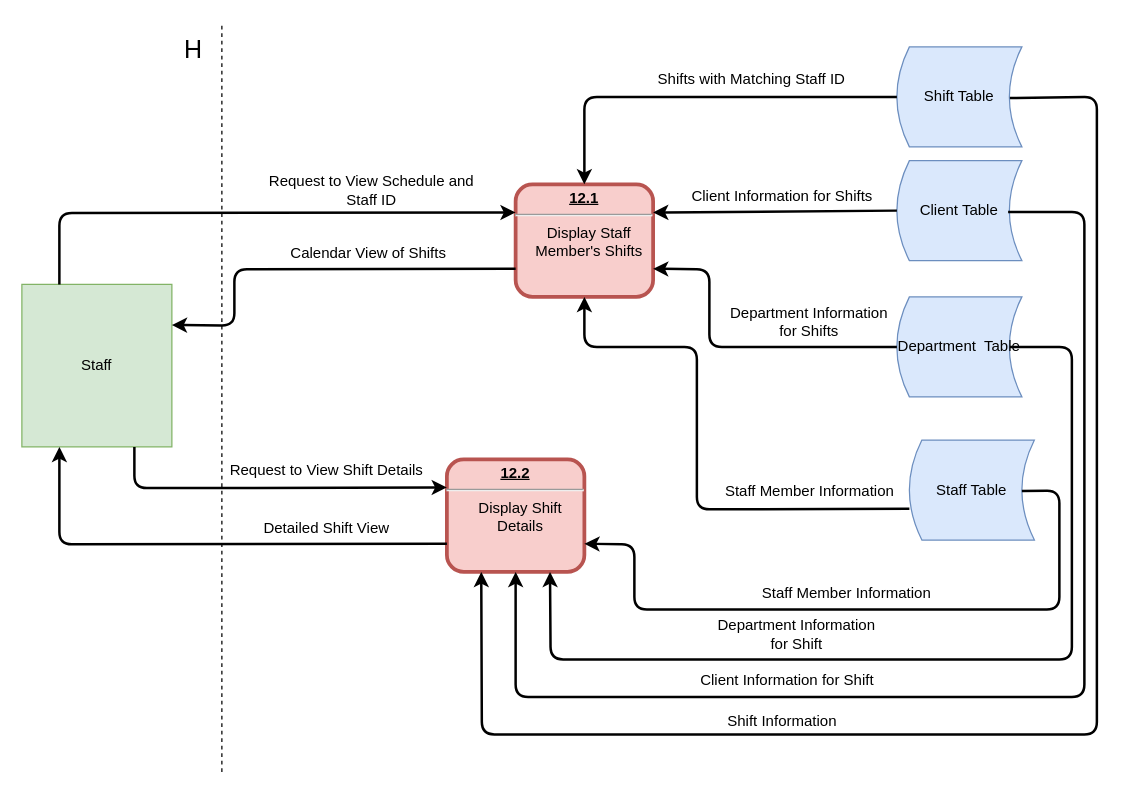
Earlier version of the draw.io diagram page "12: View Shifts" (13 of 20) of Diagrams/DFD/Level 1 DFDs.drawio (Harlento/SchedulingSystem). Source tidied: cells renumbered, new cells numbered last; positions are measured from the earlier drawing's top-left corner, leaving out a move shared by most shapes. Both pictures are drawn from the tidied source at 125%, with x=0, y=0 at pixel (21, 21).
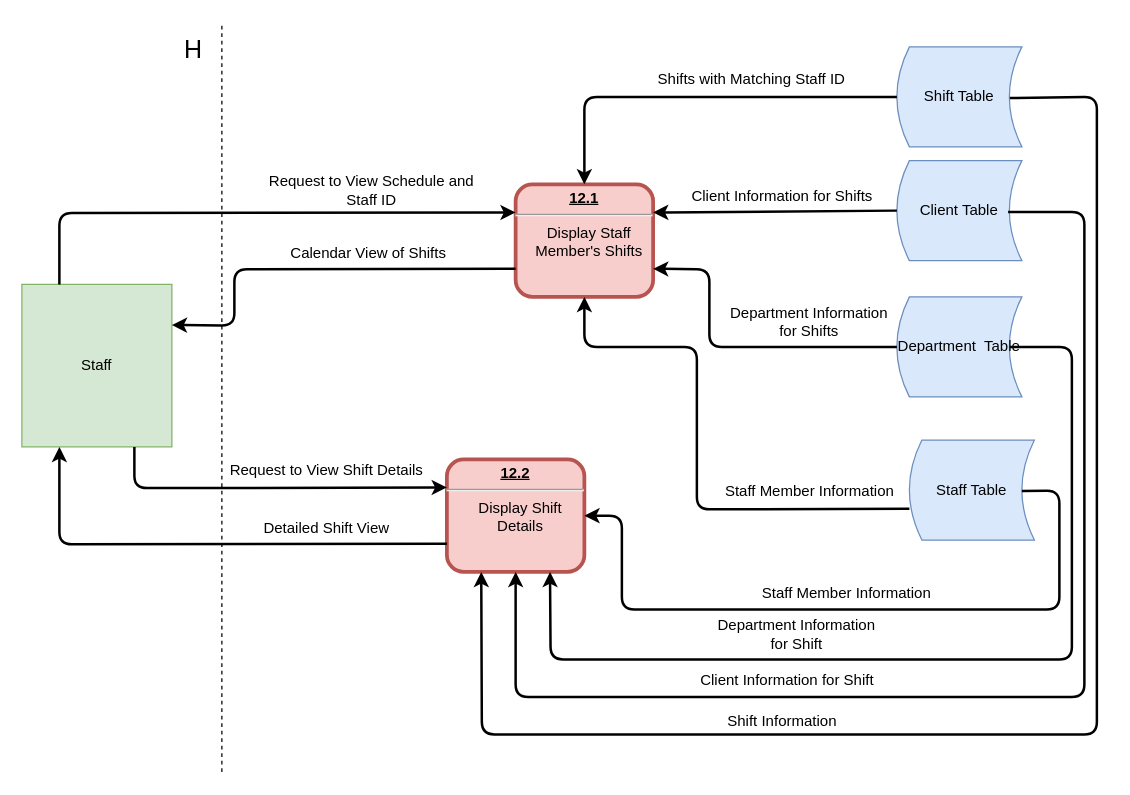
After the change.

The change refers to these unchanged cells:
```xml
<mxCell id="11" value="&lt;p style=&quot;margin: 0px ; margin-top: 4px ; text-align: center ; text-decoration: underline&quot;&gt;12.2&lt;/p&gt;&lt;hr&gt;&lt;p style=&quot;margin: 0px 0px 0px 8px&quot;&gt;&lt;span style=&quot;font-weight: 400 ; white-space: normal&quot;&gt;Display Shift Details&lt;/span&gt;&lt;/p&gt;" style="verticalAlign=middle;align=center;overflow=fill;fontSize=12;fontFamily=Helvetica;html=1;rounded=1;fontStyle=1;strokeWidth=3;fillColor=#f8cecc;strokeColor=#b85450;" parent="1" vertex="1">
  <mxGeometry x="340" y="350" width="110" height="90" as="geometry" />
</mxCell>
<mxCell id="18" value="Staff Table" style="shape=dataStorage;whiteSpace=wrap;html=1;fillColor=#dae8fc;strokeColor=#6c8ebf;" parent="1" vertex="1">
  <mxGeometry x="710" y="334.5" width="100" height="80" as="geometry" />
</mxCell>
```

Diff of the diagram source:
```diff
@@
-    <mxCell id="23" style="endArrow=classic;html=1;strokeWidth=2;entryX=1;entryY=0.75;entryDx=0;entryDy=0;exitX=0.9;exitY=0.511;exitDx=0;exitDy=0;exitPerimeter=0;" parent="1" edge="1" source="18" target="11">
+    <mxCell id="23" style="endArrow=classic;html=1;strokeWidth=2;entryX=1;entryY=0.5;entryDx=0;entryDy=0;exitX=0.9;exitY=0.511;exitDx=0;exitDy=0;exitPerimeter=0;" parent="1" edge="1" source="18" target="11">
       <mxGeometry relative="1" as="geometry">
         <Array as="points">
           <mxPoint x="830" y="375" />
           <mxPoint x="830" y="470" />
-          <mxPoint x="490" y="470" />
-          <mxPoint x="490" y="418" />
+          <mxPoint x="480" y="470" />
+          <mxPoint x="480" y="395" />
         </Array>
       </mxGeometry>
     </mxCell>
```
